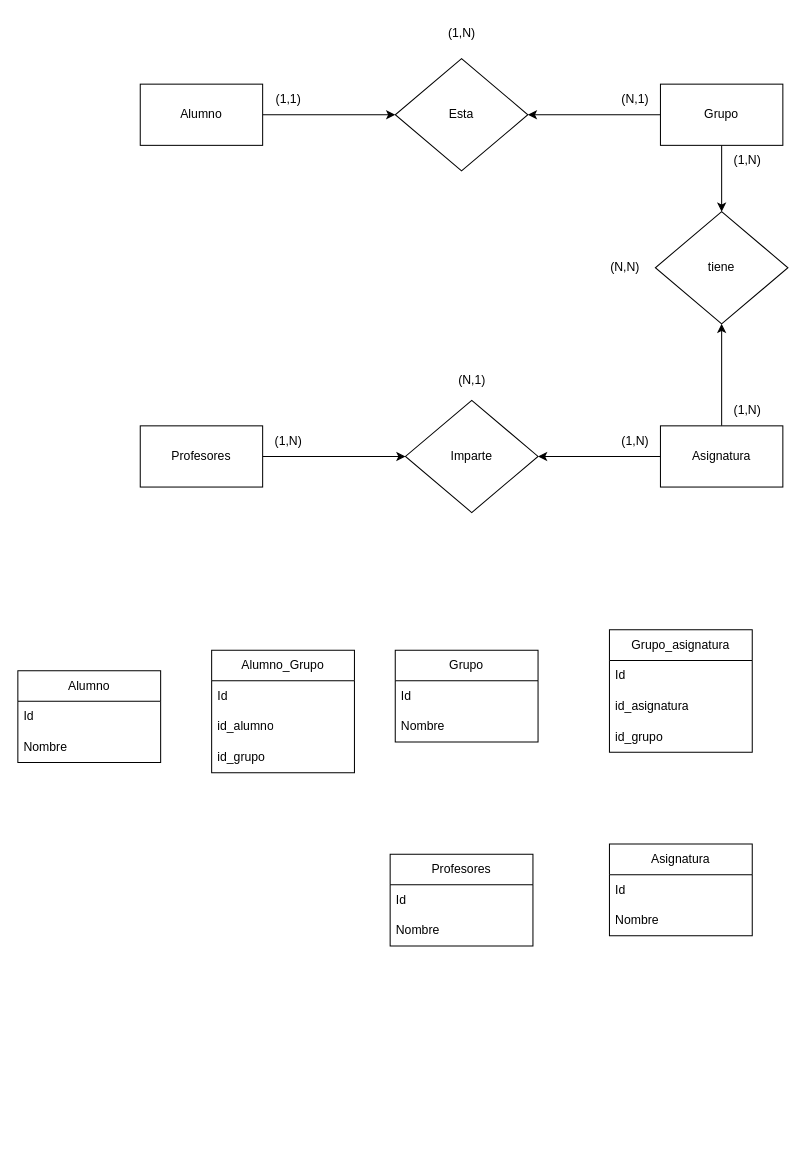
Before: Alumnos_ER.drawio in YerimMoral3s/lib_test, a draw.io diagram. Source tidied: cells renumbered, new cells numbered last; positions are measured from the earlier drawing's top-left corner, leaving out a move shared by most shapes. Both pictures are drawn from the tidied source at 102%, with x=0, y=0 at pixel (17, 17).
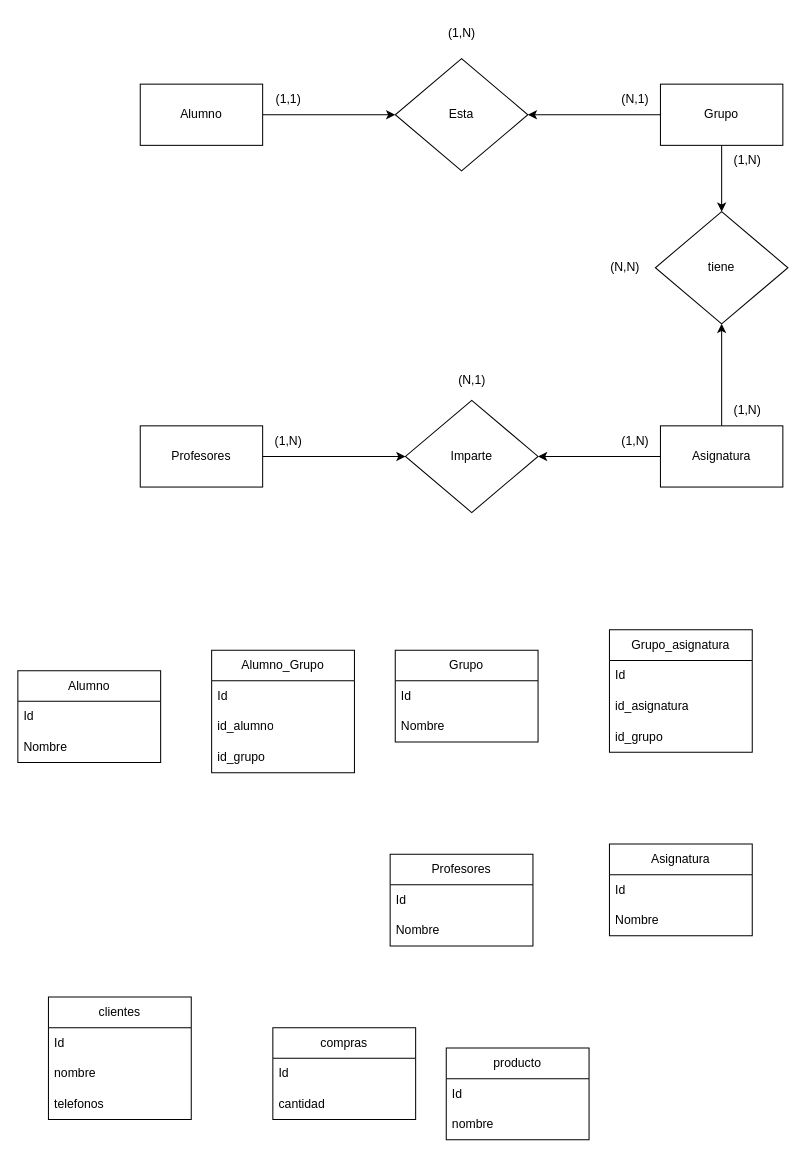
The same diagram, later.

The edit, as a diff of the source:
```diff
@@
+    <mxCell id="44" value="clientes" style="swimlane;fontStyle=0;horizontal=1;startSize=30;whiteSpace=wrap;html=1;" parent="1" vertex="1">
+      <mxGeometry x="30" y="960" width="140" height="120" as="geometry" />
+    </mxCell>
+    <mxCell id="45" value="Id" style="text;strokeColor=none;fillColor=none;align=left;verticalAlign=middle;spacingLeft=4;spacingRight=4;overflow=hidden;whiteSpace=wrap;html=1;" parent="44" vertex="1">
+      <mxGeometry y="30" width="140" height="30" as="geometry" />
+    </mxCell>
+    <mxCell id="46" value="nombre" style="text;strokeColor=none;fillColor=none;align=left;verticalAlign=middle;spacingLeft=4;spacingRight=4;overflow=hidden;whiteSpace=wrap;html=1;" parent="44" vertex="1">
+      <mxGeometry y="60" width="140" height="30" as="geometry" />
+    </mxCell>
+    <mxCell id="47" value="telefonos" style="text;strokeColor=none;fillColor=none;align=left;verticalAlign=middle;spacingLeft=4;spacingRight=4;overflow=hidden;whiteSpace=wrap;html=1;" parent="44" vertex="1">
+      <mxGeometry y="90" width="140" height="30" as="geometry" />
+    </mxCell>
+    <mxCell id="48" value="compras" style="swimlane;fontStyle=0;horizontal=1;startSize=30;whiteSpace=wrap;html=1;" parent="1" vertex="1">
+      <mxGeometry x="250" y="990" width="140" height="90" as="geometry" />
+    </mxCell>
+    <mxCell id="49" value="Id" style="text;strokeColor=none;fillColor=none;align=left;verticalAlign=middle;spacingLeft=4;spacingRight=4;overflow=hidden;whiteSpace=wrap;html=1;" parent="48" vertex="1">
+      <mxGeometry y="30" width="140" height="30" as="geometry" />
+    </mxCell>
+    <mxCell id="50" value="cantidad" style="text;strokeColor=none;fillColor=none;align=left;verticalAlign=middle;spacingLeft=4;spacingRight=4;overflow=hidden;whiteSpace=wrap;html=1;" parent="48" vertex="1">
+      <mxGeometry y="60" width="140" height="30" as="geometry" />
+    </mxCell>
+    <mxCell id="51" value="producto" style="swimlane;fontStyle=0;horizontal=1;startSize=30;whiteSpace=wrap;html=1;" parent="1" vertex="1">
+      <mxGeometry x="420" y="1010" width="140" height="90" as="geometry" />
+    </mxCell>
+    <mxCell id="52" value="Id" style="text;strokeColor=none;fillColor=none;align=left;verticalAlign=middle;spacingLeft=4;spacingRight=4;overflow=hidden;whiteSpace=wrap;html=1;" parent="51" vertex="1">
+      <mxGeometry y="30" width="140" height="30" as="geometry" />
+    </mxCell>
+    <mxCell id="53" value="nombre" style="text;strokeColor=none;fillColor=none;align=left;verticalAlign=middle;spacingLeft=4;spacingRight=4;overflow=hidden;whiteSpace=wrap;html=1;" parent="51" vertex="1">
+      <mxGeometry y="60" width="140" height="30" as="geometry" />
+    </mxCell>
```
